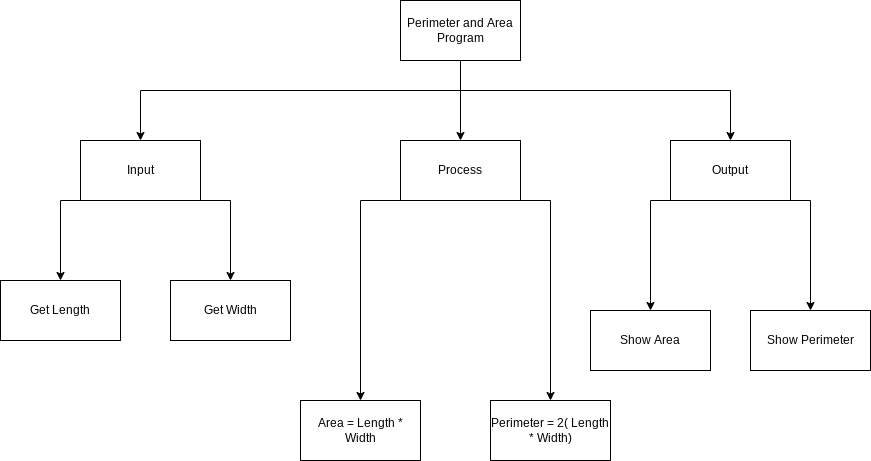
This is design.png from Ethan-Prieur1/ICS3U-Unit2-02-Python, a draw.io export, as it was before one commit. Source tidied: cells renumbered, new cells last; positions are measured from the earlier drawing's top-left corner, leaving out a move shared by most shapes.
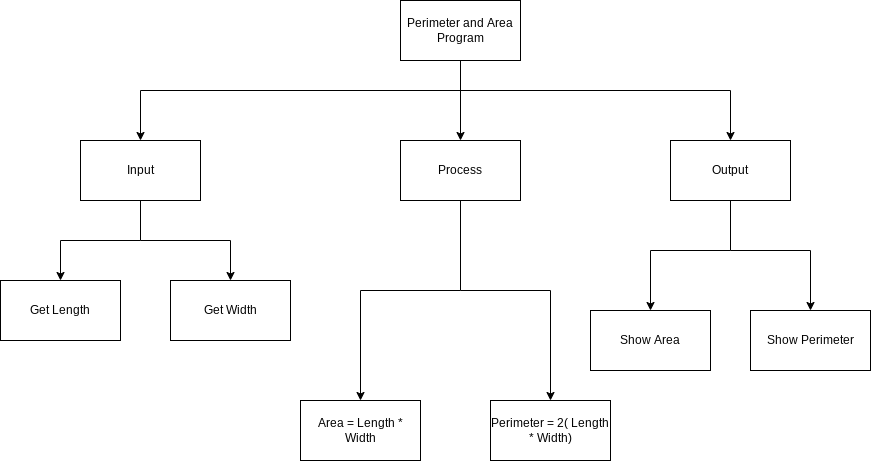
The same file after the commit.

Commit message:
yee haw

Diff of the diagram source:
```diff
@@ -29,31 +29,35 @@
     <mxCell id="6" style="edgeStyle=none;html=1;exitX=0.5;exitY=1;exitDx=0;exitDy=0;entryX=0.5;entryY=0;entryDx=0;entryDy=0;rounded=0;" parent="1" edge="1" source="8" target="15">
       <mxGeometry relative="1" as="geometry">
         <Array as="points">
-          <mxPoint x="60" y="200" />
+          <mxPoint x="140" y="240" />
+          <mxPoint x="60" y="240" />
         </Array>
       </mxGeometry>
     </mxCell>
-    <mxCell id="7" style="edgeStyle=none;html=1;exitX=1;exitY=1;exitDx=0;exitDy=0;entryX=0.5;entryY=0;entryDx=0;entryDy=0;rounded=0;" parent="1" edge="1" source="8" target="18">
+    <mxCell id="7" style="edgeStyle=none;html=1;entryX=0.5;entryY=0;entryDx=0;entryDy=0;rounded=0;" parent="1" edge="1" target="18">
       <mxGeometry relative="1" as="geometry">
+        <mxPoint x="140" y="240" as="sourcePoint" />
         <Array as="points">
-          <mxPoint x="230" y="200" />
+          <mxPoint x="230" y="240" />
         </Array>
       </mxGeometry>
     </mxCell>
     <mxCell id="8" value="Input" style="rounded=0;whiteSpace=wrap;html=1;" parent="1" vertex="1">
       <mxGeometry x="80" y="140" width="120" height="60" as="geometry" />
     </mxCell>
-    <mxCell id="9" style="edgeStyle=none;html=1;exitX=0.5;exitY=1;exitDx=0;exitDy=0;entryX=0.5;entryY=0;entryDx=0;entryDy=0;rounded=0;" parent="1" edge="1" source="11" target="17">
+    <mxCell id="9" style="edgeStyle=none;html=1;entryX=0.5;entryY=0;entryDx=0;entryDy=0;rounded=0;" parent="1" edge="1" target="17">
       <mxGeometry relative="1" as="geometry">
+        <mxPoint x="460" y="290" as="sourcePoint" />
         <Array as="points">
-          <mxPoint x="360" y="200" />
+          <mxPoint x="360" y="290" />
         </Array>
       </mxGeometry>
     </mxCell>
-    <mxCell id="10" style="edgeStyle=none;html=1;exitX=1;exitY=1;exitDx=0;exitDy=0;entryX=0.5;entryY=0;entryDx=0;entryDy=0;rounded=0;" parent="1" edge="1" source="11" target="19">
+    <mxCell id="10" style="edgeStyle=none;html=1;entryX=0.5;entryY=0;entryDx=0;entryDy=0;rounded=0;" parent="1" edge="1" target="19">
       <mxGeometry relative="1" as="geometry">
+        <mxPoint x="460" y="290" as="sourcePoint" />
         <Array as="points">
-          <mxPoint x="550" y="200" />
+          <mxPoint x="550" y="290" />
         </Array>
       </mxGeometry>
     </mxCell>
@@ -63,14 +67,16 @@
     <mxCell id="12" style="edgeStyle=none;html=1;exitX=0.5;exitY=1;exitDx=0;exitDy=0;entryX=0.5;entryY=0;entryDx=0;entryDy=0;rounded=0;" parent="1" edge="1" source="14" target="16">
       <mxGeometry relative="1" as="geometry">
         <Array as="points">
-          <mxPoint x="650" y="200" />
+          <mxPoint x="730" y="250" />
+          <mxPoint x="650" y="250" />
         </Array>
       </mxGeometry>
     </mxCell>
-    <mxCell id="13" style="edgeStyle=none;html=1;exitX=1;exitY=1;exitDx=0;exitDy=0;entryX=0.5;entryY=0;entryDx=0;entryDy=0;rounded=0;" parent="1" edge="1" source="14" target="20">
+    <mxCell id="13" style="edgeStyle=none;html=1;entryX=0.5;entryY=0;entryDx=0;entryDy=0;rounded=0;" parent="1" edge="1" target="20">
       <mxGeometry relative="1" as="geometry">
+        <mxPoint x="730" y="250" as="sourcePoint" />
         <Array as="points">
-          <mxPoint x="810" y="200" />
+          <mxPoint x="810" y="250" />
         </Array>
       </mxGeometry>
     </mxCell>
@@ -95,5 +101,10 @@
     <mxCell id="20" value="Show Perimeter" style="rounded=0;whiteSpace=wrap;html=1;" parent="1" vertex="1">
       <mxGeometry x="750" y="310" width="120" height="60" as="geometry" />
     </mxCell>
+    <mxCell id="21" style="endArrow=none;html=1;entryX=0.5;entryY=1;entryDx=0;entryDy=0;" parent="1" edge="1" target="11">
+      <mxGeometry relative="1" as="geometry">
+        <mxPoint x="460" y="290" as="sourcePoint" />
+      </mxGeometry>
+    </mxCell>
   </root>
 </mxGraphModel>
```
